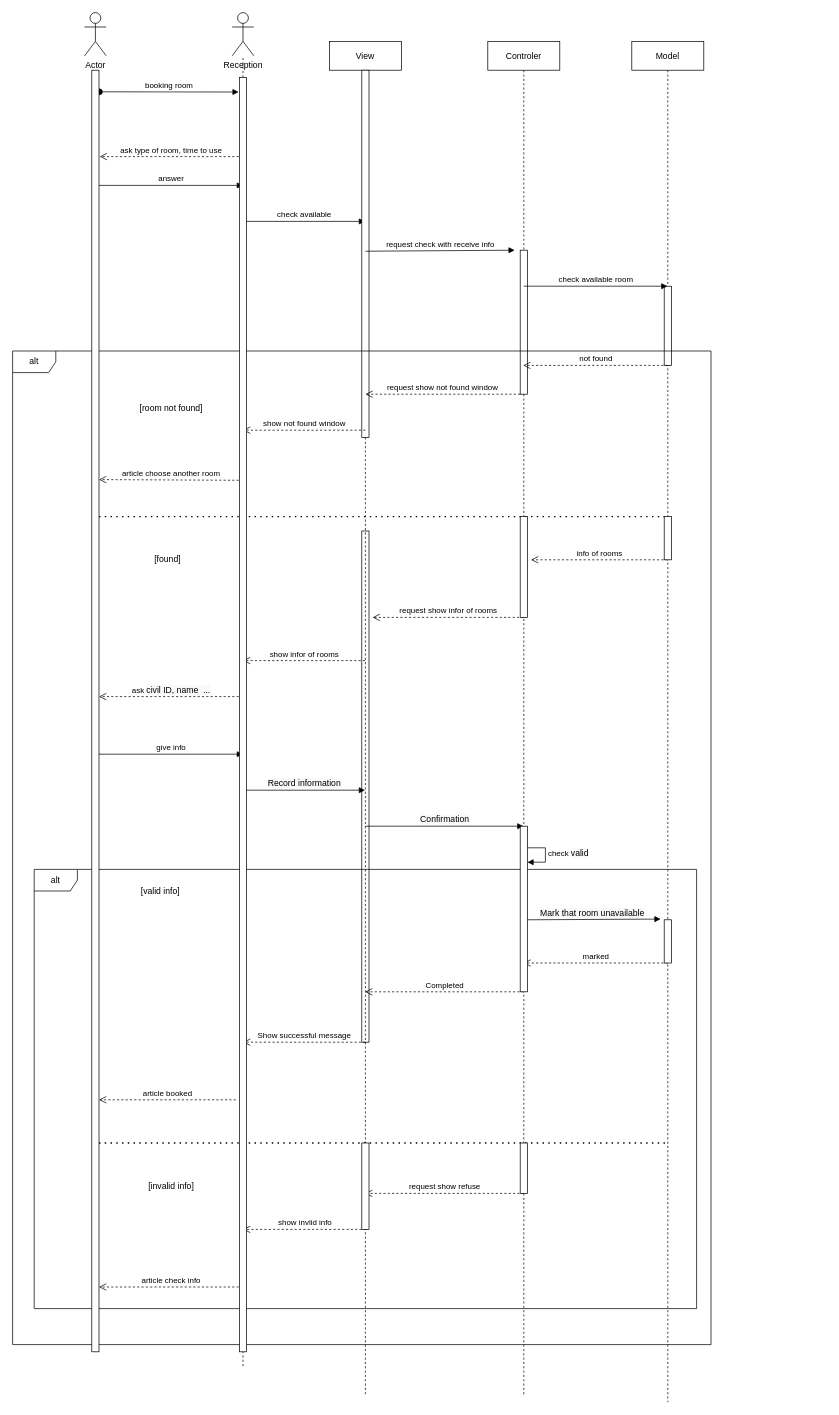
The draw.io diagram page "Booking" (2 of 4) of Diagram/Sequence Diagram.drawio in jonathanha52/SE104.L23.PMCL, before the edit. Source tidied: cells renumbered, new cells numbered last; positions are measured from the earlier drawing's top-left corner, leaving out a move shared by most shapes. Both pictures are drawn from the tidied source at 72%, with x=0, y=0 at pixel (12, 12).
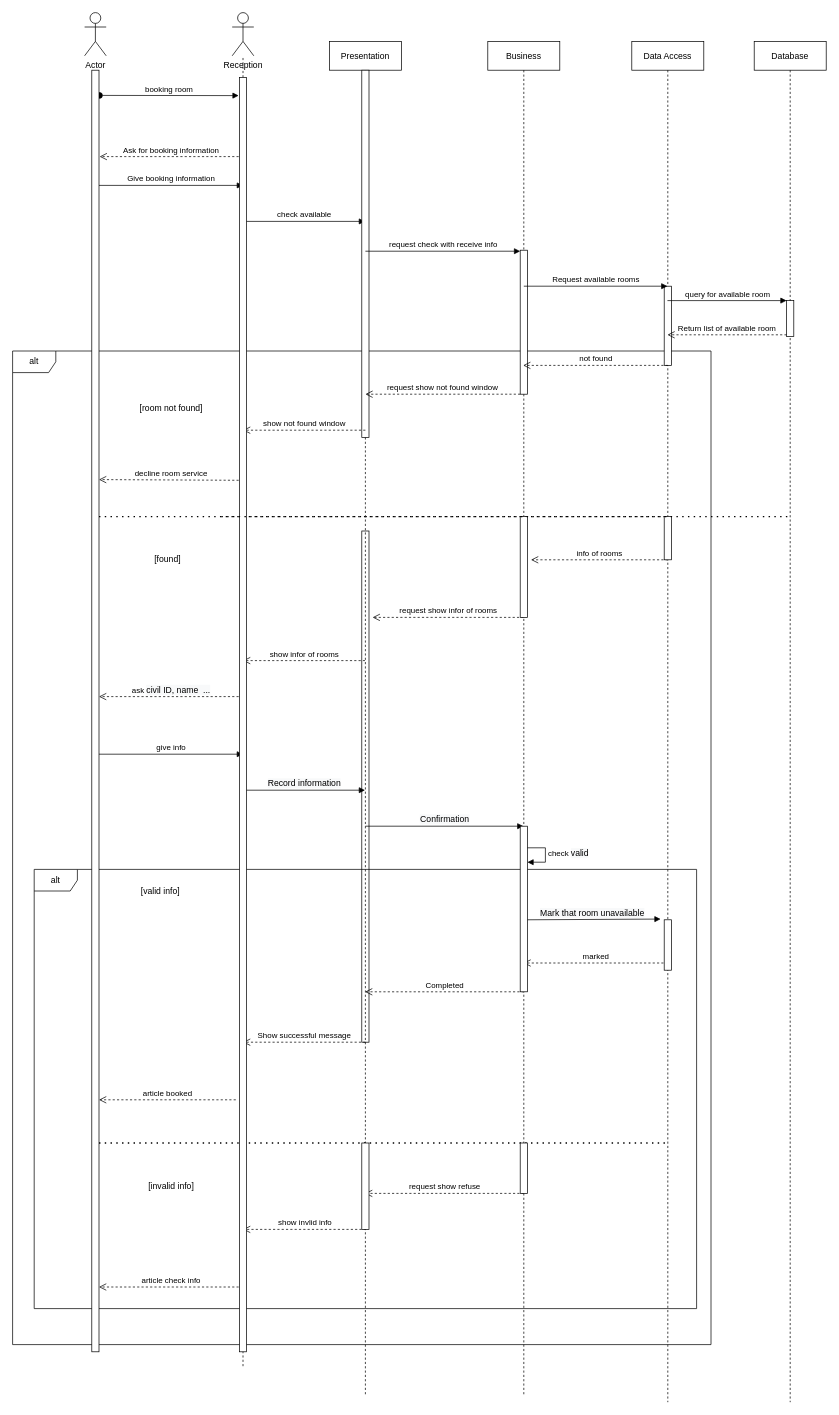
The same page after the edit.

The change refers to these unchanged cells:
```xml
<mxCell id="9" style="html=1;points=[];perimeter=orthogonalPerimeter;" parent="6" vertex="1">
  <mxGeometry x="45" y="290" width="10" height="200" as="geometry" />
</mxCell>
```

Change to the diagram source:
```diff
@@
+    <mxCell id="47" value="alt" style="shape=umlFrame;whiteSpace=wrap;html=1;" parent="1" vertex="1">
+      <mxGeometry x="30" y="1190" width="920" height="610" as="geometry" />
+    </mxCell>
+    <mxCell id="42" value="alt" style="shape=umlFrame;whiteSpace=wrap;html=1;" parent="1" vertex="1">
+      <mxGeometry y="470" width="970" height="1380" as="geometry" />
+    </mxCell>
-    <mxCell id="2" value="View" style="shape=umlLifeline;perimeter=lifelinePerimeter;rounded=0;shadow=0;strokeWidth=1;" parent="1" vertex="1">
+    <mxCell id="2" value="Presentation" style="shape=umlLifeline;perimeter=lifelinePerimeter;rounded=0;shadow=0;strokeWidth=1;" parent="1" vertex="1">
       <mxGeometry x="440" y="40" width="100" height="1880" as="geometry" />
     </mxCell>
@@
-    <mxCell id="6" value="Controler" style="shape=umlLifeline;perimeter=lifelinePerimeter;rounded=0;shadow=0;strokeWidth=1;" parent="1" vertex="1">
+    <mxCell id="6" value="Business" style="shape=umlLifeline;perimeter=lifelinePerimeter;rounded=0;shadow=0;strokeWidth=1;" parent="1" vertex="1">
       <mxGeometry x="660" y="40" width="100" height="1880" as="geometry" />
     </mxCell>
@@
-    <mxCell id="10" value="Model" style="shape=umlLifeline;perimeter=lifelinePerimeter;rounded=0;shadow=0;strokeWidth=1;" parent="1" vertex="1">
+    <mxCell id="10" value="Data Access" style="shape=umlLifeline;perimeter=lifelinePerimeter;rounded=0;shadow=0;strokeWidth=1;" parent="1" vertex="1">
       <mxGeometry x="860" y="40" width="100" height="1890" as="geometry" />
     </mxCell>
@@
     <mxCell id="16" value="booking room" style="verticalAlign=bottom;startArrow=oval;endArrow=block;startSize=8;shadow=0;strokeWidth=1;exitX=1.073;exitY=0.102;exitDx=0;exitDy=0;exitPerimeter=0;" parent="1" edge="1">
       <mxGeometry relative="1" as="geometry">
-        <mxPoint x="120.7" y="110" as="sourcePoint" />
-        <mxPoint x="314" y="110.3" as="targetPoint" />
+        <mxPoint x="120.7" y="115" as="sourcePoint" />
+        <mxPoint x="314" y="115.3" as="targetPoint" />
       </mxGeometry>
     </mxCell>
@@
-    <mxCell id="18" value="ask type of room, time to use" style="html=1;verticalAlign=bottom;endArrow=open;dashed=1;endSize=8;entryX=1.087;entryY=0.205;entryDx=0;entryDy=0;entryPerimeter=0;" parent="1" edge="1">
+    <mxCell id="18" value="Ask for booking information" style="html=1;verticalAlign=bottom;endArrow=open;dashed=1;endSize=8;entryX=1.087;entryY=0.205;entryDx=0;entryDy=0;entryPerimeter=0;" parent="1" edge="1">
       <mxGeometry relative="1" as="geometry">
         <mxPoint x="320" y="200" as="sourcePoint" />
         <mxPoint x="120.9" y="200" as="targetPoint" />
       </mxGeometry>
     </mxCell>
-    <mxCell id="19" value="answer" style="html=1;verticalAlign=bottom;endArrow=block;exitX=0.967;exitY=0.309;exitDx=0;exitDy=0;exitPerimeter=0;" parent="1" edge="1">
+    <mxCell id="19" value="Give booking information" style="html=1;verticalAlign=bottom;endArrow=block;exitX=0.967;exitY=0.309;exitDx=0;exitDy=0;exitPerimeter=0;" parent="1" edge="1">
       <mxGeometry relative="1" as="geometry">
         <mxPoint x="119.7" y="240" as="sourcePoint" />
         <mxPoint x="320" y="240" as="targetPoint" />
       </mxGeometry>
     </mxCell>
@@
-    <mxCell id="22" value="check&amp;nbsp;available room" style="html=1;verticalAlign=bottom;endArrow=block;" parent="1" edge="1">
+    <mxCell id="22" value="Request available rooms" style="html=1;verticalAlign=bottom;endArrow=block;" parent="1" edge="1">
       <mxGeometry relative="1" as="geometry">
         <mxPoint x="710" y="380" as="sourcePoint" />
         <mxPoint x="909.5" y="380" as="targetPoint" />
       </mxGeometry>
     </mxCell>
@@
-    <mxCell id="26" value="article choose another room" style="html=1;verticalAlign=bottom;endArrow=open;dashed=1;endSize=8;" parent="1" edge="1">
+    <mxCell id="26" value="decline room service" style="html=1;verticalAlign=bottom;endArrow=open;dashed=1;endSize=8;" parent="1" edge="1">
       <mxGeometry relative="1" as="geometry">
         <mxPoint x="320" y="649.6" as="sourcePoint" />
         <mxPoint x="120" y="648.6" as="targetPoint" />
       </mxGeometry>
     </mxCell>
-    <mxCell id="27" value="request check with receive info" style="html=1;verticalAlign=bottom;endArrow=block;entryX=-0.256;entryY=0.423;entryDx=0;entryDy=0;entryPerimeter=0;" parent="1" edge="1">
+    <mxCell id="27" value="request check with receive info" style="html=1;verticalAlign=bottom;endArrow=block;" parent="1" edge="1" target="9">
       <mxGeometry relative="1" as="geometry">
         <mxPoint x="490" y="331.4" as="sourcePoint" />
-        <mxPoint x="697.4" y="330" as="targetPoint" />
       </mxGeometry>
     </mxCell>
@@
-    <mxCell id="42" value="alt" style="shape=umlFrame;whiteSpace=wrap;html=1;" parent="1" vertex="1">
-      <mxGeometry y="470" width="970" height="1380" as="geometry" />
-    </mxCell>
@@
-    <mxCell id="47" value="alt" style="shape=umlFrame;whiteSpace=wrap;html=1;" parent="1" vertex="1">
-      <mxGeometry x="30" y="1190" width="920" height="610" as="geometry" />
-    </mxCell>
@@
     <mxCell id="57" style="html=1;perimeter=orthogonalPerimeter;" parent="1" vertex="1">
-      <mxGeometry x="905" y="1260" width="10" height="60" as="geometry" />
+      <mxGeometry x="905" y="1260" width="10" height="70" as="geometry" />
     </mxCell>
@@
+    <mxCell id="59" value="Database" style="shape=umlLifeline;perimeter=lifelinePerimeter;rounded=0;shadow=0;strokeWidth=1;" parent="1" vertex="1">
+      <mxGeometry x="1030" y="40" width="100" height="1890" as="geometry" />
+    </mxCell>
+    <mxCell id="60" style="endArrow=none;dashed=1;html=1;dashPattern=1 3;strokeWidth=2;" parent="59" edge="1">
+      <mxGeometry relative="1" as="geometry">
+        <mxPoint x="-740" y="660" as="sourcePoint" />
+        <mxPoint x="50" y="660" as="targetPoint" />
+      </mxGeometry>
+    </mxCell>
+    <mxCell id="61" style="html=1;points=[];perimeter=orthogonalPerimeter;" parent="59" vertex="1">
+      <mxGeometry x="45" y="360" width="10" height="50" as="geometry" />
+    </mxCell>
+    <mxCell id="62" value="query for available room" style="html=1;verticalAlign=bottom;endArrow=block;entryX=0;entryY=0;" parent="1" edge="1" source="10" target="61">
+      <mxGeometry relative="1" as="geometry" />
+    </mxCell>
+    <mxCell id="63" value="Return list of available room" style="html=1;verticalAlign=bottom;endArrow=open;dashed=1;endSize=8;exitX=0;exitY=0.95;" parent="1" edge="1" source="61" target="10">
+      <mxGeometry relative="1" as="geometry" />
+    </mxCell>
```
